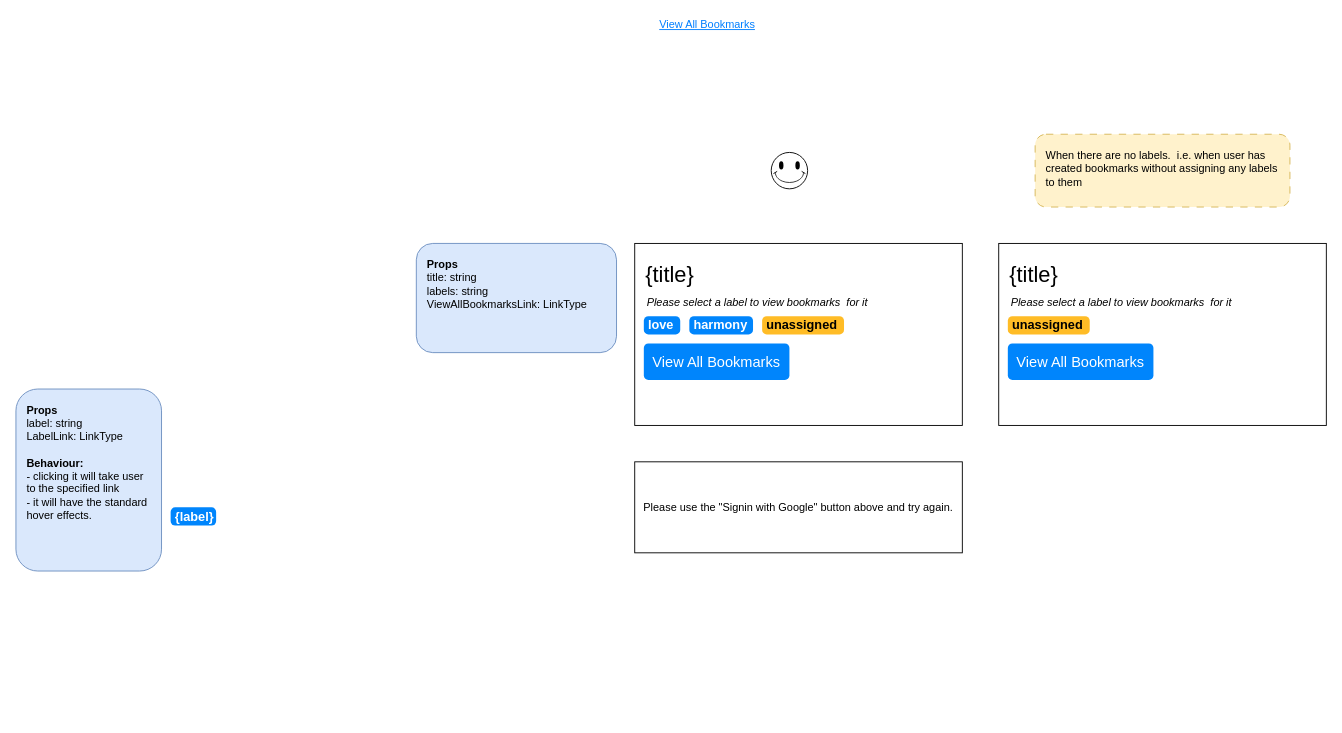
appsparkler/draw.io keeps this draw.io diagram as page "View All Bookmarks Feature" (8 of 8) of my-hfn-pitstop.drawio. Above is the earlier version. Source tidied: cells renumbered, new cells numbered last; positions are measured from the earlier drawing's top-left corner, leaving out a move shared by most shapes. Both pictures are drawn from the tidied source at 91%, with x=0, y=0 at pixel (15, 15).
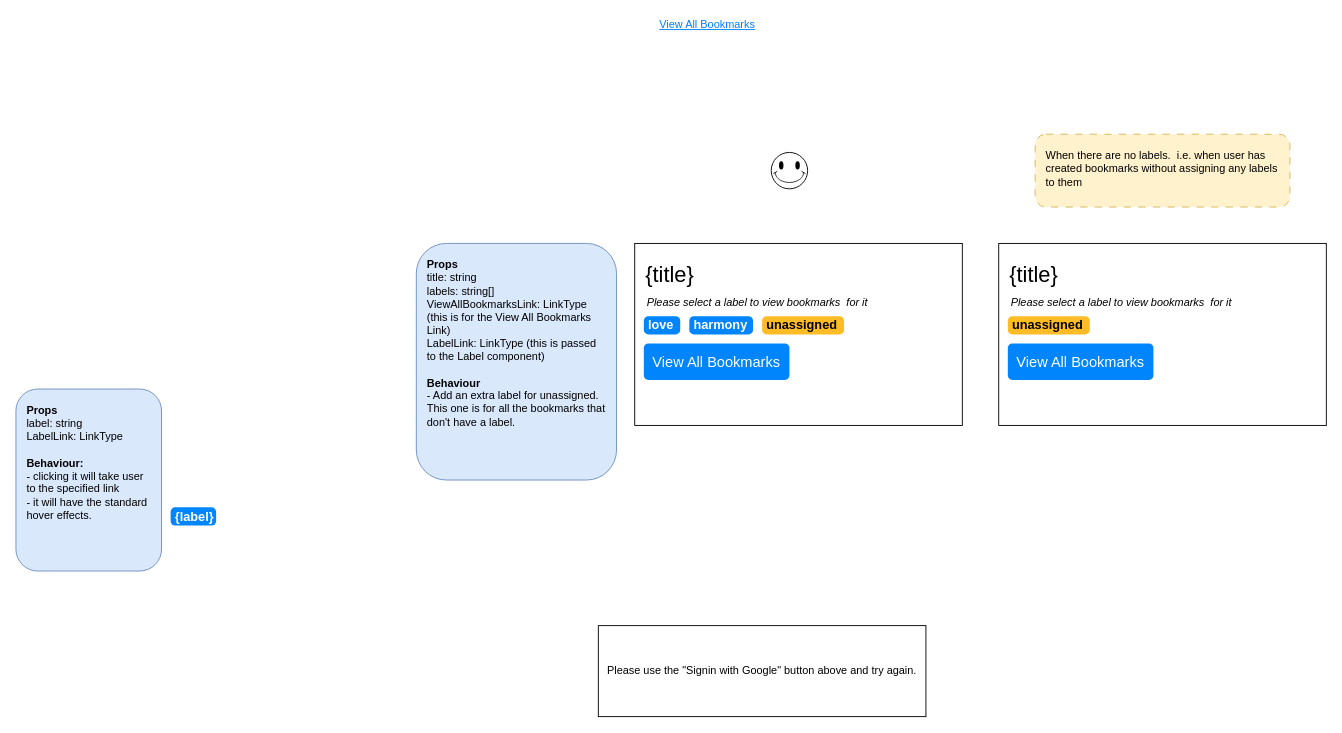
The same page after the edit.

The edit, as a diff of the source:
```diff
@@
     <mxCell id="17" value="Please use the &quot;Signin with Google&quot; button above and try again." style="rounded=0;whiteSpace=wrap;html=1;" parent="1" vertex="1">
-      <mxGeometry x="680" y="490" width="360" height="100" as="geometry" />
+      <mxGeometry x="640" y="670" width="360" height="100" as="geometry" />
     </mxCell>
-    <mxCell id="18" value="&lt;div&gt;&lt;b&gt;Props&lt;/b&gt;&lt;/div&gt;&lt;div&gt;title: string&lt;/div&gt;&lt;div&gt;labels: string&lt;br&gt;ViewAllBookmarksLink: LinkType&lt;br&gt;&lt;br&gt;&lt;br&gt;&lt;/div&gt;" style="rounded=1;whiteSpace=wrap;html=1;fillColor=#dae8fc;strokeColor=#6c8ebf;align=left;verticalAlign=top;spacing=12;" parent="1" vertex="1">
-      <mxGeometry x="440" y="250" width="220" height="120" as="geometry" />
+    <mxCell id="18" value="&lt;div&gt;&lt;b&gt;Props&lt;/b&gt;&lt;/div&gt;&lt;div&gt;title: string&lt;/div&gt;&lt;div&gt;labels: string[]&lt;br&gt;ViewAllBookmarksLink: LinkType (this is for the View All Bookmarks Link)&lt;br&gt;LabelLink: LinkType (this is passed to the Label component)&lt;br&gt;&lt;br&gt;&lt;b&gt;Behaviour&lt;/b&gt;&lt;/div&gt;&lt;div&gt;- Add an extra label for unassigned.&amp;nbsp; This one is for all the bookmarks that don't have a label.&lt;br&gt;&lt;br&gt;&lt;/div&gt;" style="rounded=1;whiteSpace=wrap;html=1;fillColor=#dae8fc;strokeColor=#6c8ebf;align=left;verticalAlign=top;spacing=12;" parent="1" vertex="1">
+      <mxGeometry x="440" y="250" width="220" height="260" as="geometry" />
     </mxCell>
```
